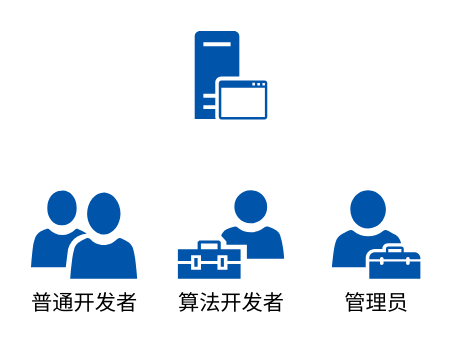
Above: page "第 2 页" (2 of 3) of 答辩.drawio in foreignbill/drawio (draw.io), before the change. Source tidied: cells renumbered, new cells numbered last; positions are measured from the earlier drawing's top-left corner, leaving out a move shared by most shapes. Both pictures are drawn from the tidied source at 177%, with x=0, y=0 at pixel (30, 30).
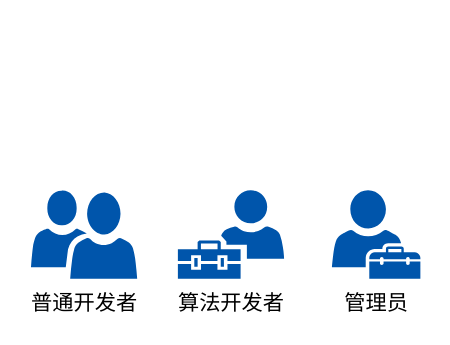
The same page after the edit.

The edit, as a diff of the source:
```diff
@@
 <mxGraphModel>
   <root>
     <mxCell id="0" />
     <mxCell id="1" parent="0" />
     <mxCell id="2" value="普通开发者" style="sketch=0;shadow=0;dashed=0;html=1;strokeColor=none;labelPosition=center;verticalLabelPosition=bottom;verticalAlign=top;align=center;fillColor=#0055AB;shape=mxgraph.mscae.intune.user_group;fillStyle=auto;fontFamily=Times New Roman;fontSize=12;" parent="1" vertex="1">
       <mxGeometry y="90" width="60" height="50" as="geometry" />
     </mxCell>
     <mxCell id="3" value="算法开发者" style="sketch=0;shadow=0;dashed=0;html=1;strokeColor=none;labelPosition=center;verticalLabelPosition=bottom;verticalAlign=top;align=center;fillColor=#0055AB;shape=mxgraph.mscae.intune.user_management;fillStyle=auto;fontFamily=Times New Roman;fontSize=12;" parent="1" vertex="1">
       <mxGeometry x="83" y="90" width="60" height="50" as="geometry" />
     </mxCell>
     <mxCell id="4" value="管理员" style="sketch=0;shadow=0;dashed=0;html=1;strokeColor=none;fillColor=#0055AB;labelPosition=center;verticalLabelPosition=bottom;verticalAlign=top;align=center;shape=mxgraph.office.users.tenant_admin;fillStyle=auto;fontFamily=Times New Roman;fontSize=12;" parent="1" vertex="1">
       <mxGeometry x="170" y="90" width="50" height="50" as="geometry" />
     </mxCell>
-    <mxCell id="5" style="sketch=0;shadow=0;dashed=0;html=1;strokeColor=none;labelPosition=center;verticalLabelPosition=bottom;verticalAlign=top;align=center;fillColor=#0055AB;shape=mxgraph.mscae.system_center.secondary_site;fillStyle=auto;fontFamily=Times New Roman;fontSize=12;" parent="1" vertex="1">
-      <mxGeometry x="92.5" width="41" height="50" as="geometry" />
-    </mxCell>
   </root>
 </mxGraphModel>
```
